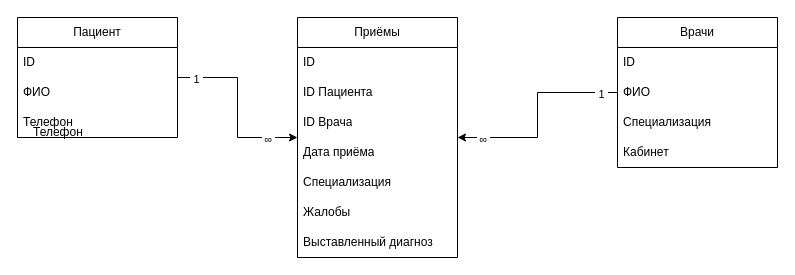
Earlier version of the draw.io diagram doc/clinic_db.drawio (Zzior/clinic-app). Source tidied: cells renumbered, new cells numbered last; positions are measured from the earlier drawing's top-left corner, leaving out a move shared by most shapes. Both pictures are drawn from the tidied source at 100%, with x=0, y=0 at pixel (17, 17).
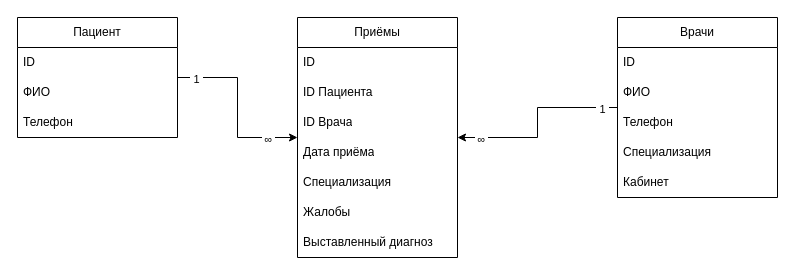
Above is the later version.

Commit message (it also covers changes not shown here):
clinic-app v0.7.1 Add: admin add doctors

Diff of the diagram source:
```diff
@@
     <mxCell id="12" value="Врачи" style="swimlane;fontStyle=0;horizontal=1;startSize=30;whiteSpace=wrap;html=1;" parent="1" vertex="1">
-      <mxGeometry x="600" width="160" height="150" as="geometry" />
+      <mxGeometry x="600" width="160" height="180" as="geometry" />
     </mxCell>
@@
+    <mxCell id="25" value="Телефон" style="text;strokeColor=none;fillColor=none;align=left;verticalAlign=middle;spacingLeft=4;spacingRight=4;overflow=hidden;whiteSpace=wrap;html=1;" parent="12" vertex="1">
+      <mxGeometry y="90" width="160" height="30" as="geometry" />
+    </mxCell>
     <mxCell id="15" value="Специализация" style="text;strokeColor=none;fillColor=none;align=left;verticalAlign=middle;spacingLeft=4;spacingRight=4;overflow=hidden;whiteSpace=wrap;html=1;" parent="12" vertex="1">
-      <mxGeometry y="90" width="160" height="30" as="geometry" />
+      <mxGeometry y="120" width="160" height="30" as="geometry" />
     </mxCell>
     <mxCell id="16" value="Кабинет" style="text;strokeColor=none;fillColor=none;align=left;verticalAlign=middle;spacingLeft=4;spacingRight=4;overflow=hidden;whiteSpace=wrap;html=1;" parent="12" vertex="1">
-      <mxGeometry y="120" width="160" height="30" as="geometry" />
+      <mxGeometry y="150" width="160" height="30" as="geometry" />
     </mxCell>
@@
-    <mxCell id="25" value="Телефон" style="text;strokeColor=none;fillColor=none;align=left;verticalAlign=middle;spacingLeft=4;spacingRight=4;overflow=hidden;whiteSpace=wrap;html=1;" parent="1" vertex="1">
-      <mxGeometry x="10" y="100" width="160" height="30" as="geometry" />
-    </mxCell>
```
